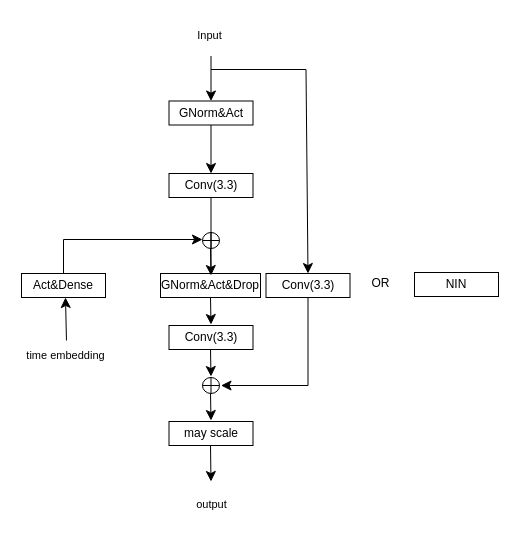
The draw.io diagram ResnetBlockDDPM.drawio in chenjiahes/small_module, before the edit. Source tidied: cells renumbered, new cells numbered last; positions are measured from the earlier drawing's top-left corner, leaving out a move shared by most shapes. Both pictures are drawn from the tidied source at 100%, with x=0, y=0 at pixel (17, 17).
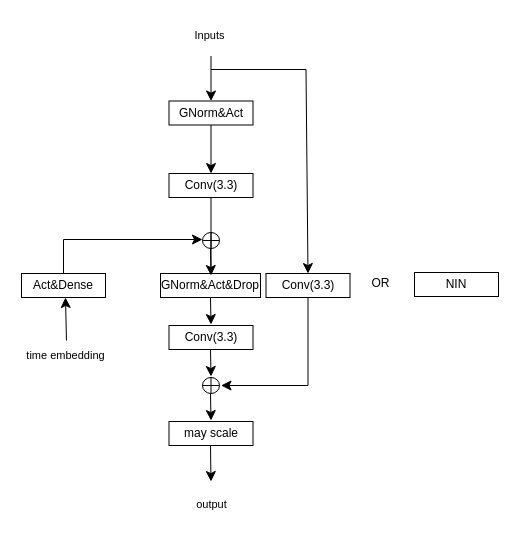
The same diagram, later.

Diff of the diagram source:
```diff
@@
-    <mxCell id="4" value="&lt;font style=&quot;font-size: 11px;&quot;&gt;Input&lt;/font&gt;" style="text;html=1;align=center;verticalAlign=middle;strokeColor=none;fillColor=none;fontSize=16;rounded=0;" parent="1" vertex="1">
-      <mxGeometry x="171" width="42" height="31" as="geometry" />
+    <mxCell id="4" value="&lt;font style=&quot;font-size: 11px;&quot;&gt;Inputs&lt;/font&gt;" style="text;html=1;align=center;verticalAlign=middle;strokeColor=none;fillColor=none;fontSize=16;rounded=0;" parent="1" vertex="1">
+      <mxGeometry x="168" width="48" height="31" as="geometry" />
     </mxCell>
```
